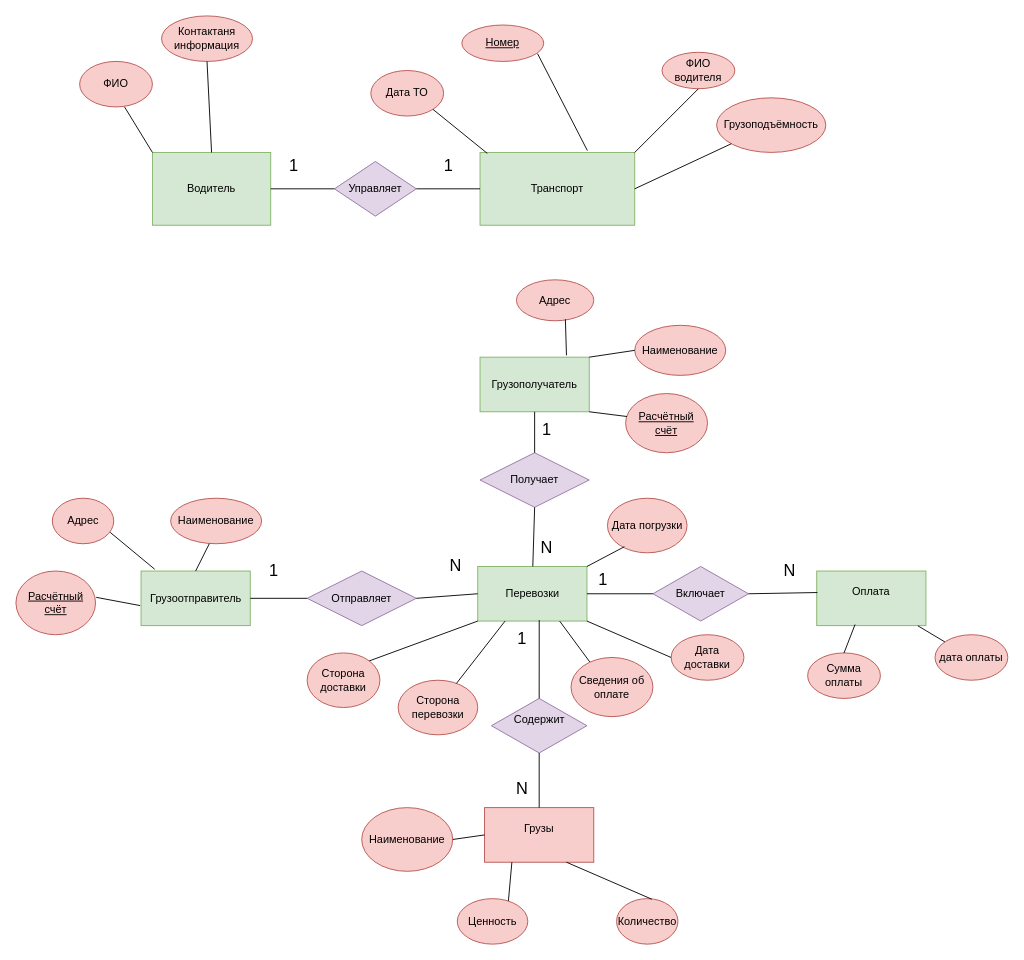
This is Диаграмма Чена.drawio from alexej0000/Diagram, a draw.io file, before an edit. Source tidied: cells renumbered, new cells numbered last; positions are measured from the earlier drawing's top-left corner, leaving out a move shared by most shapes. Both pictures are drawn from the tidied source at 91%, with x=0, y=0 at pixel (15, 15).
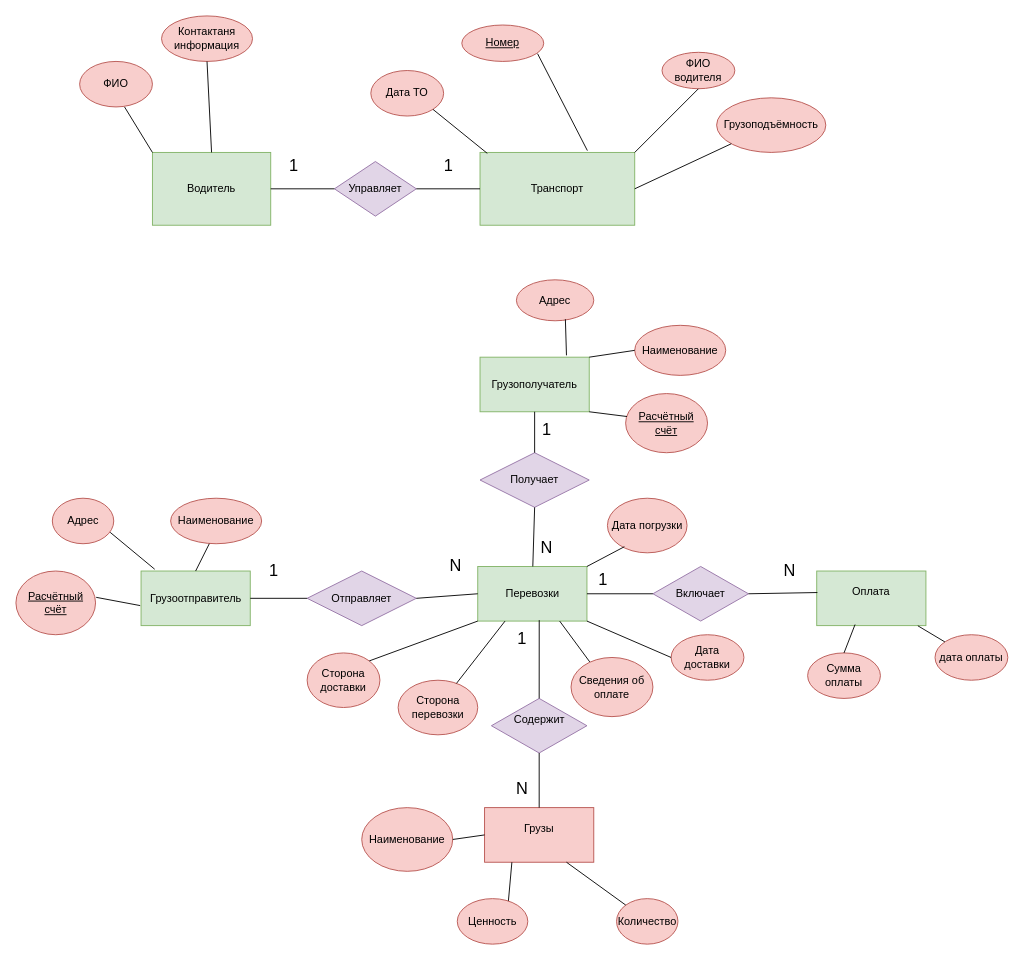
The same diagram, later.

The change refers to these unchanged cells:
```xml
<mxCell id="7" value="Грузы&lt;div&gt;&lt;br&gt;&lt;/div&gt;" style="rounded=0;whiteSpace=wrap;html=1;fillColor=#f8cecc;strokeColor=#b85450;" parent="1" vertex="1">
  <mxGeometry x="515" y="870" width="120" height="60" as="geometry" />
</mxCell>
<mxCell id="40" value="Количество" style="ellipse;whiteSpace=wrap;html=1;fillColor=#f8cecc;strokeColor=#b85450;" parent="1" vertex="1">
  <mxGeometry x="660" y="970" width="67.5" height="50" as="geometry" />
</mxCell>
```

What changed in the source:
```diff
@@
-    <mxCell id="45" style="endArrow=none;html=1;rounded=0;exitX=0.575;exitY=0.013;exitDx=0;exitDy=0;exitPerimeter=0;entryX=0.75;entryY=1;entryDx=0;entryDy=0;" parent="1" edge="1" source="40" target="7">
+    <mxCell id="45" style="endArrow=none;html=1;rounded=0;exitX=0;exitY=0;exitDx=0;exitDy=0;entryX=0.75;entryY=1;entryDx=0;entryDy=0;" parent="1" edge="1" source="40" target="7">
       <mxGeometry relative="1" as="geometry" />
     </mxCell>
```
